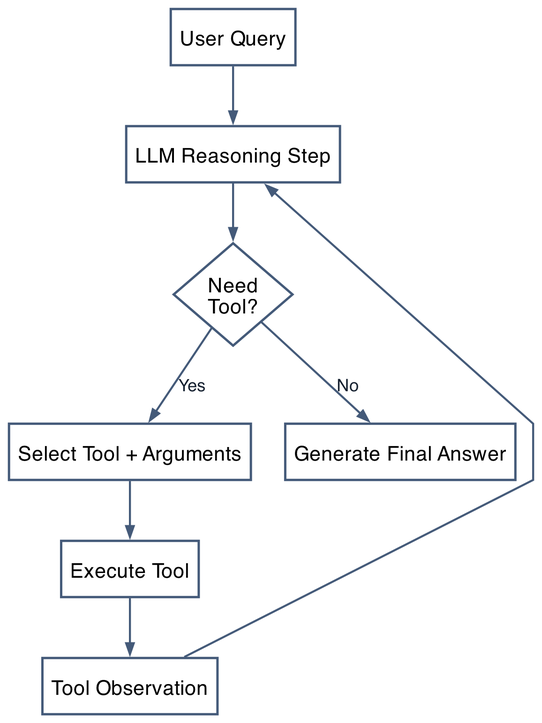
Above: assets/diagram_tool_flow.png in quiznat/tot-hf-survey-artifacts (Graphviz), before the change. Its source is kept beside it as assets/diagram_tool_flow.dot.
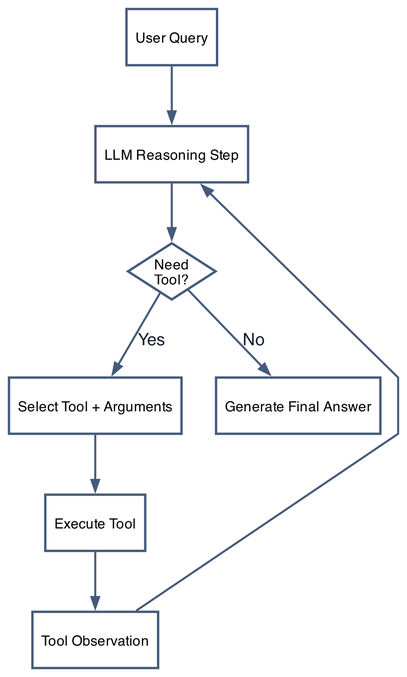
After the change.

Change to the diagram source:
```diff
@@ -1,11 +1,11 @@
 digraph G {
   graph [bgcolor="#ffffff", pad="0.06", nodesep="0.34", ranksep="0.50", splines="polyline", fontname="Helvetica", fontcolor="#162130", margin="0.02", rankdir="TB", ranksep="0.52", nodesep="0.30"];
-  node [shape="box", style="filled", fillcolor="#ffffff", color="#445a79", penwidth="1.5", fontname="Helvetica", fontsize="13", margin="0.08,0.06"];
+  node [shape="box", style="filled", fillcolor="#ffffff", color="#445a79", penwidth="1.5", fontname="Helvetica", fontsize="9", margin="0.08,0.06"];
   edge [color="#445a79", penwidth="1.3", arrowsize="0.70", fontname="Helvetica", fontsize="11", fontcolor="#162130"];
 
   query [label="User Query"];
   reason [label="LLM Reasoning Step"];
-  need [shape="diamond", style="filled", fillcolor="#ffffff", color="#445a79", penwidth="1.5", fontname="Helvetica", fontsize="13", margin="0.04,0.04", label="Need\nTool?"];
+  need [shape="diamond", style="filled", fillcolor="#ffffff", color="#445a79", penwidth="1.5", fontname="Helvetica", fontsize="9", margin="0.04,0.04", label="Need\nTool?"];
   select [label="Select Tool + Arguments"];
   execute [label="Execute Tool"];
   observe [label="Tool Observation"];
```
